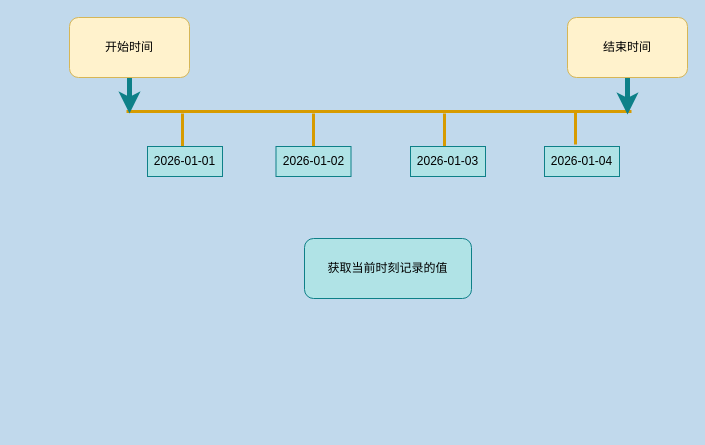
Above: 数据统计/范围查询，点和范围.drawio in bestOneOnly/drawRelations (draw.io), before the change. Source tidied: cells renumbered, new cells numbered last; positions are measured from the earlier drawing's top-left corner, leaving out a move shared by most shapes. Both pictures are drawn from the tidied source at 100%, with x=0, y=0 at pixel (69, 17).
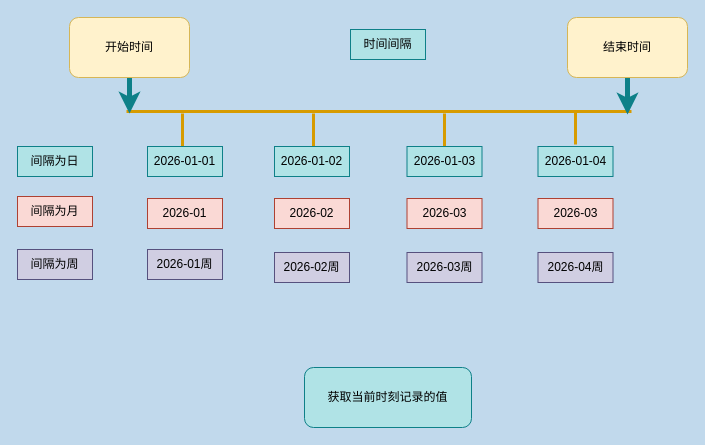
After the change.

Commit message:
更新范围查询，点和范围.drawio

What changed in the source:
```diff
@@
     <mxCell id="10" value="获取当前时刻记录的值" style="rounded=1;whiteSpace=wrap;html=1;fillColor=#b0e3e6;strokeColor=#0e8088;" parent="1" vertex="1">
-      <mxGeometry x="235" y="221" width="167" height="60" as="geometry" />
+      <mxGeometry x="235" y="350" width="167" height="60" as="geometry" />
     </mxCell>
@@
     <mxCell id="13" value="2026-01-02" style="text;html=1;whiteSpace=wrap;strokeColor=#0e8088;fillColor=#b0e3e6;align=center;verticalAlign=middle;rounded=0;" parent="1" vertex="1">
-      <mxGeometry x="206.5" y="129" width="75" height="30" as="geometry" />
+      <mxGeometry x="205" y="129" width="75" height="30" as="geometry" />
     </mxCell>
     <mxCell id="14" value="2026-01-03" style="text;html=1;whiteSpace=wrap;strokeColor=#0e8088;fillColor=#b0e3e6;align=center;verticalAlign=middle;rounded=0;" parent="1" vertex="1">
-      <mxGeometry x="341" y="129" width="75" height="30" as="geometry" />
+      <mxGeometry x="337.5" y="129" width="75" height="30" as="geometry" />
     </mxCell>
     <mxCell id="15" value="2026-01-04" style="text;html=1;whiteSpace=wrap;strokeColor=#0e8088;fillColor=#b0e3e6;align=center;verticalAlign=middle;rounded=0;" parent="1" vertex="1">
-      <mxGeometry x="475" y="129" width="75" height="30" as="geometry" />
+      <mxGeometry x="468.5" y="129" width="75" height="30" as="geometry" />
     </mxCell>
+    <mxCell id="16" value="时间间隔" style="text;html=1;whiteSpace=wrap;strokeColor=#0e8088;fillColor=#b0e3e6;align=center;verticalAlign=middle;rounded=0;" parent="1" vertex="1">
+      <mxGeometry x="281" y="12" width="75" height="30" as="geometry" />
+    </mxCell>
+    <mxCell id="17" value="2026-01" style="text;html=1;whiteSpace=wrap;strokeColor=#ae4132;fillColor=#fad9d5;align=center;verticalAlign=middle;rounded=0;" parent="1" vertex="1">
+      <mxGeometry x="78" y="181" width="75" height="30" as="geometry" />
+    </mxCell>
+    <mxCell id="18" value="2026-02" style="text;html=1;whiteSpace=wrap;strokeColor=#ae4132;fillColor=#fad9d5;align=center;verticalAlign=middle;rounded=0;" parent="1" vertex="1">
+      <mxGeometry x="205" y="181" width="75" height="30" as="geometry" />
+    </mxCell>
+    <mxCell id="19" value="2026-03" style="text;html=1;whiteSpace=wrap;strokeColor=#ae4132;fillColor=#fad9d5;align=center;verticalAlign=middle;rounded=0;" parent="1" vertex="1">
+      <mxGeometry x="337.5" y="181" width="75" height="30" as="geometry" />
+    </mxCell>
+    <mxCell id="20" value="2026-03" style="text;html=1;whiteSpace=wrap;strokeColor=#ae4132;fillColor=#fad9d5;align=center;verticalAlign=middle;rounded=0;" parent="1" vertex="1">
+      <mxGeometry x="468.5" y="181" width="75" height="30" as="geometry" />
+    </mxCell>
+    <mxCell id="21" style="edgeStyle=orthogonalEdgeStyle;rounded=0;orthogonalLoop=1;jettySize=auto;html=1;exitX=0.5;exitY=1;exitDx=0;exitDy=0;" parent="1" edge="1" source="15" target="15">
+      <mxGeometry relative="1" as="geometry" />
+    </mxCell>
+    <mxCell id="22" value="2026-01周" style="text;html=1;whiteSpace=wrap;strokeColor=#56517e;fillColor=#d0cee2;align=center;verticalAlign=middle;rounded=0;" parent="1" vertex="1">
+      <mxGeometry x="78" y="232" width="75" height="30" as="geometry" />
+    </mxCell>
+    <mxCell id="23" value="2026-02周" style="text;html=1;whiteSpace=wrap;strokeColor=#56517e;fillColor=#d0cee2;align=center;verticalAlign=middle;rounded=0;" parent="1" vertex="1">
+      <mxGeometry x="205" y="235" width="75" height="30" as="geometry" />
+    </mxCell>
+    <mxCell id="24" value="2026-03周" style="text;html=1;whiteSpace=wrap;strokeColor=#56517e;fillColor=#d0cee2;align=center;verticalAlign=middle;rounded=0;" parent="1" vertex="1">
+      <mxGeometry x="337.5" y="235" width="75" height="30" as="geometry" />
+    </mxCell>
+    <mxCell id="25" value="2026-04&lt;span style=&quot;background-color: transparent; color: light-dark(rgb(0, 0, 0), rgb(255, 255, 255));&quot;&gt;周&lt;/span&gt;" style="text;html=1;whiteSpace=wrap;strokeColor=#56517e;fillColor=#d0cee2;align=center;verticalAlign=middle;rounded=0;" parent="1" vertex="1">
+      <mxGeometry x="468.5" y="235" width="75" height="30" as="geometry" />
+    </mxCell>
+    <mxCell id="26" value="间隔为日" style="text;html=1;whiteSpace=wrap;strokeColor=#0e8088;fillColor=#b0e3e6;align=center;verticalAlign=middle;rounded=0;" parent="1" vertex="1">
+      <mxGeometry x="-52" y="129" width="75" height="30" as="geometry" />
+    </mxCell>
+    <mxCell id="27" value="间隔为月" style="text;html=1;whiteSpace=wrap;strokeColor=#ae4132;fillColor=#fad9d5;align=center;verticalAlign=middle;rounded=0;" parent="1" vertex="1">
+      <mxGeometry x="-52" y="179" width="75" height="30" as="geometry" />
+    </mxCell>
+    <mxCell id="28" value="间隔为周" style="text;html=1;whiteSpace=wrap;strokeColor=#56517e;fillColor=#d0cee2;align=center;verticalAlign=middle;rounded=0;" parent="1" vertex="1">
+      <mxGeometry x="-52" y="232" width="75" height="30" as="geometry" />
+    </mxCell>
```
